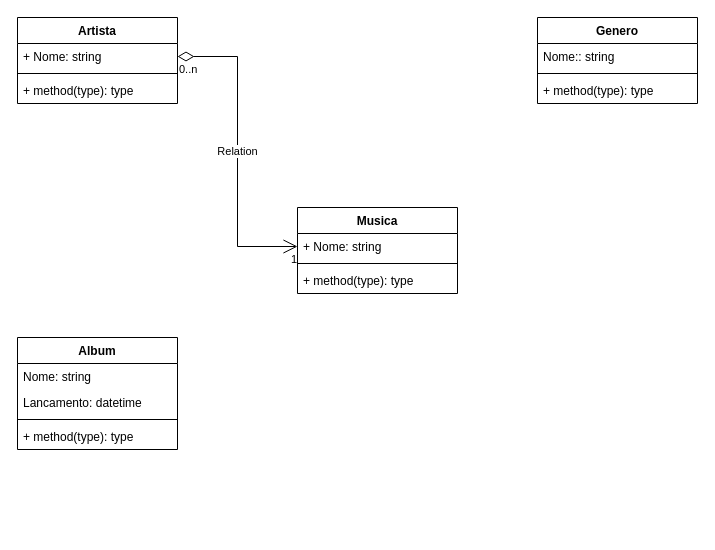
samorysundjata/Jukebox keeps this draw.io diagram as models.drawio. Above is the earlier version. Source tidied: cells renumbered, new cells numbered last; positions are measured from the earlier drawing's top-left corner, leaving out a move shared by most shapes. Both pictures are drawn from the tidied source at 100%, with x=0, y=0 at pixel (17, 17).
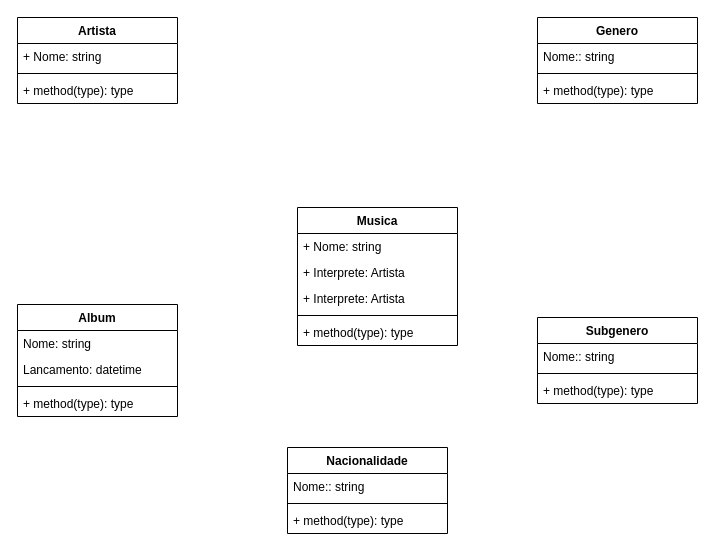
The same diagram, later.

Unchanged cells that the change refers to:
```xml
<mxCell id="3" value="+ Nome: string" style="text;strokeColor=none;fillColor=none;align=left;verticalAlign=top;spacingLeft=4;spacingRight=4;overflow=hidden;points=[[0,0.5],[1,0.5]];portConstraint=eastwest;" parent="2" vertex="1">
  <mxGeometry y="26" width="160" height="26" as="geometry" />
</mxCell>
<mxCell id="7" value="+ Nome: string" style="text;strokeColor=none;fillColor=none;align=left;verticalAlign=top;spacingLeft=4;spacingRight=4;overflow=hidden;points=[[0,0.5],[1,0.5]];portConstraint=eastwest;" parent="6" vertex="1">
  <mxGeometry y="26" width="160" height="26" as="geometry" />
</mxCell>
```

Change to the diagram source:
```diff
@@
     <mxCell id="2" value="Musica&#10;" style="swimlane;fontStyle=1;align=center;verticalAlign=top;horizontal=1;startSize=26;" parent="1" vertex="1">
-      <mxGeometry x="280" y="190" width="160" height="86" as="geometry" />
+      <mxGeometry x="280" y="190" width="160" height="138" as="geometry" />
     </mxCell>
@@
+    <mxCell id="22" value="+ Interprete: Artista" style="text;strokeColor=none;fillColor=none;align=left;verticalAlign=top;spacingLeft=4;spacingRight=4;overflow=hidden;" parent="2" vertex="1">
+      <mxGeometry y="52" width="160" height="26" as="geometry" />
+    </mxCell>
+    <mxCell id="23" value="+ Interprete: Artista" style="text;strokeColor=none;fillColor=none;align=left;verticalAlign=top;spacingLeft=4;spacingRight=4;overflow=hidden;" parent="2" vertex="1">
+      <mxGeometry y="78" width="160" height="26" as="geometry" />
+    </mxCell>
     <mxCell id="4" style="line;strokeWidth=1;fillColor=none;align=left;verticalAlign=middle;spacingTop=-1;spacingLeft=3;spacingRight=3;labelPosition=right;strokeColor=inherit;" parent="2" vertex="1">
-      <mxGeometry y="52" width="160" height="8" as="geometry" />
+      <mxGeometry y="104" width="160" height="8" as="geometry" />
     </mxCell>
     <mxCell id="5" value="+ method(type): type" style="text;strokeColor=none;fillColor=none;align=left;verticalAlign=top;spacingLeft=4;spacingRight=4;overflow=hidden;" parent="2" vertex="1">
-      <mxGeometry y="60" width="160" height="26" as="geometry" />
+      <mxGeometry y="112" width="160" height="26" as="geometry" />
     </mxCell>
@@
     <mxCell id="10" value="Album" style="swimlane;fontStyle=1;align=center;verticalAlign=top;horizontal=1;startSize=26;" parent="1" vertex="1">
-      <mxGeometry y="320" width="160" height="112" as="geometry" />
+      <mxGeometry y="287" width="160" height="112" as="geometry" />
     </mxCell>
@@
-    <mxCell id="19" value="Relation" style="endArrow=open;html=1;endSize=12;startArrow=diamondThin;startSize=14;startFill=0;edgeStyle=orthogonalEdgeStyle;rounded=0;" parent="1" edge="1" source="7" target="3">
-      <mxGeometry relative="1" as="geometry" />
-    </mxCell>
-    <mxCell id="20" value="0..n" style="edgeLabel;html=1;align=left;verticalAlign=top;" parent="19" vertex="1">
-      <mxGeometry x="-1" relative="1" as="geometry" />
-    </mxCell>
-    <mxCell id="21" value="1" style="edgeLabel;html=1;align=right;verticalAlign=top;" parent="19" vertex="1">
-      <mxGeometry x="1" relative="1" as="geometry" />
-    </mxCell>
+    <mxCell id="24" value="Subgenero" style="swimlane;fontStyle=1;align=center;verticalAlign=top;horizontal=1;startSize=26;" parent="1" vertex="1">
+      <mxGeometry x="520" y="300" width="160" height="86" as="geometry" />
+    </mxCell>
+    <mxCell id="25" value="Nome:: string" style="text;strokeColor=none;fillColor=none;align=left;verticalAlign=top;spacingLeft=4;spacingRight=4;overflow=hidden;" parent="24" vertex="1">
+      <mxGeometry y="26" width="160" height="26" as="geometry" />
+    </mxCell>
+    <mxCell id="26" style="line;strokeWidth=1;fillColor=none;align=left;verticalAlign=middle;spacingTop=-1;spacingLeft=3;spacingRight=3;labelPosition=right;strokeColor=inherit;" parent="24" vertex="1">
+      <mxGeometry y="52" width="160" height="8" as="geometry" />
+    </mxCell>
+    <mxCell id="27" value="+ method(type): type" style="text;strokeColor=none;fillColor=none;align=left;verticalAlign=top;spacingLeft=4;spacingRight=4;overflow=hidden;" parent="24" vertex="1">
+      <mxGeometry y="60" width="160" height="26" as="geometry" />
+    </mxCell>
+    <mxCell id="28" value="Nacionalidade" style="swimlane;fontStyle=1;align=center;verticalAlign=top;horizontal=1;startSize=26;" parent="1" vertex="1">
+      <mxGeometry x="270" y="430" width="160" height="86" as="geometry" />
+    </mxCell>
+    <mxCell id="29" value="Nome:: string" style="text;strokeColor=none;fillColor=none;align=left;verticalAlign=top;spacingLeft=4;spacingRight=4;overflow=hidden;" parent="28" vertex="1">
+      <mxGeometry y="26" width="160" height="26" as="geometry" />
+    </mxCell>
+    <mxCell id="30" style="line;strokeWidth=1;fillColor=none;align=left;verticalAlign=middle;spacingTop=-1;spacingLeft=3;spacingRight=3;labelPosition=right;strokeColor=inherit;" parent="28" vertex="1">
+      <mxGeometry y="52" width="160" height="8" as="geometry" />
+    </mxCell>
+    <mxCell id="31" value="+ method(type): type" style="text;strokeColor=none;fillColor=none;align=left;verticalAlign=top;spacingLeft=4;spacingRight=4;overflow=hidden;" parent="28" vertex="1">
+      <mxGeometry y="60" width="160" height="26" as="geometry" />
+    </mxCell>
```
